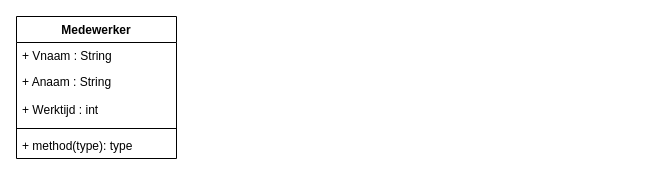
Kikkerslijm410/SchoolOpdracht keeps this draw.io diagram as Untitled Diagram.drawio. Above is the earlier version. Source tidied: cells renumbered, new cells numbered last; positions are measured from the earlier drawing's top-left corner, leaving out a move shared by most shapes. Both pictures are drawn from the tidied source at 100%, with x=0, y=0 at pixel (16, 16).
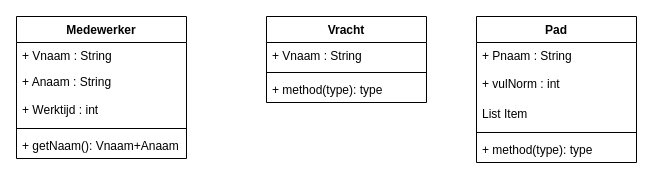
The same page after the edit.

Change to the diagram source:
```diff
@@
 <mxGraphModel>
   <root>
     <mxCell id="0" />
     <mxCell id="1" parent="0" />
     <mxCell id="2" value="Medewerker" style="swimlane;fontStyle=1;align=center;verticalAlign=top;horizontal=1;startSize=26;" parent="1" vertex="1">
-      <mxGeometry width="160" height="142" as="geometry" />
+      <mxGeometry width="170" height="142" as="geometry" />
     </mxCell>
-    <mxCell id="3" value="+ Vnaam : String" style="text;strokeColor=none;fillColor=none;align=left;verticalAlign=top;spacingLeft=4;spacingRight=4;overflow=hidden;" parent="2" vertex="1">
-      <mxGeometry y="26" width="160" height="26" as="geometry" />
-    </mxCell>
+    <mxCell id="8" value="+ Vnaam : String" style="text;strokeColor=none;fillColor=none;align=left;verticalAlign=top;spacingLeft=4;spacingRight=4;overflow=hidden;" parent="2" vertex="1">
+      <mxGeometry y="26" width="170" height="26" as="geometry" />
+    </mxCell>
     <mxCell id="4" value="+ Anaam : String" style="text;strokeColor=none;fillColor=none;align=left;verticalAlign=top;spacingLeft=4;spacingRight=4;overflow=hidden;" parent="2" vertex="1">
-      <mxGeometry y="52" width="160" height="26" as="geometry" />
+      <mxGeometry y="52" width="170" height="26" as="geometry" />
     </mxCell>
     <mxCell id="5" value="+ Werktijd : int" style="text;strokeColor=none;fillColor=none;align=left;verticalAlign=middle;spacingLeft=4;spacingRight=4;overflow=hidden;" parent="2" vertex="1">
-      <mxGeometry y="78" width="160" height="30" as="geometry" />
+      <mxGeometry y="78" width="170" height="30" as="geometry" />
     </mxCell>
-    <mxCell id="6" style="line;strokeWidth=1;fillColor=none;align=left;verticalAlign=middle;spacingTop=-1;spacingLeft=3;spacingRight=3;labelPosition=right;" parent="2" vertex="1">
-      <mxGeometry y="108" width="160" height="8" as="geometry" />
-    </mxCell>
-    <mxCell id="7" value="+ method(type): type" style="text;strokeColor=none;fillColor=none;align=left;verticalAlign=top;spacingLeft=4;spacingRight=4;overflow=hidden;" parent="2" vertex="1">
-      <mxGeometry y="116" width="160" height="26" as="geometry" />
-    </mxCell>
+    <mxCell id="9" style="line;strokeWidth=1;fillColor=none;align=left;verticalAlign=middle;spacingTop=-1;spacingLeft=3;spacingRight=3;labelPosition=right;" parent="2" vertex="1">
+      <mxGeometry y="108" width="170" height="8" as="geometry" />
+    </mxCell>
+    <mxCell id="10" value="+ getNaam(): Vnaam+Anaam" style="text;strokeColor=none;fillColor=none;align=left;verticalAlign=top;spacingLeft=4;spacingRight=4;overflow=hidden;" parent="2" vertex="1">
+      <mxGeometry y="116" width="170" height="26" as="geometry" />
+    </mxCell>
+    <mxCell id="11" value="Vracht" style="swimlane;fontStyle=1;align=center;verticalAlign=top;horizontal=1;startSize=26;" parent="1" vertex="1">
+      <mxGeometry x="250" width="160" height="86" as="geometry" />
+    </mxCell>
+    <mxCell id="3" value="+ Vnaam : String" style="text;strokeColor=none;fillColor=none;align=left;verticalAlign=top;spacingLeft=4;spacingRight=4;overflow=hidden;" parent="11" vertex="1">
+      <mxGeometry y="26" width="160" height="26" as="geometry" />
+    </mxCell>
+    <mxCell id="12" style="line;strokeWidth=1;fillColor=none;align=left;verticalAlign=middle;spacingTop=-1;spacingLeft=3;spacingRight=3;labelPosition=right;" parent="11" vertex="1">
+      <mxGeometry y="52" width="160" height="8" as="geometry" />
+    </mxCell>
+    <mxCell id="13" value="+ method(type): type" style="text;strokeColor=none;fillColor=none;align=left;verticalAlign=top;spacingLeft=4;spacingRight=4;overflow=hidden;" parent="11" vertex="1">
+      <mxGeometry y="60" width="160" height="26" as="geometry" />
+    </mxCell>
+    <mxCell id="14" value="Pad" style="swimlane;fontStyle=1;align=center;verticalAlign=top;horizontal=1;startSize=26;" parent="1" vertex="1">
+      <mxGeometry x="460" width="160" height="146" as="geometry" />
+    </mxCell>
+    <mxCell id="15" value="+ Pnaam : String" style="text;strokeColor=none;fillColor=none;align=left;verticalAlign=top;spacingLeft=4;spacingRight=4;overflow=hidden;" parent="14" vertex="1">
+      <mxGeometry y="26" width="160" height="26" as="geometry" />
+    </mxCell>
+    <mxCell id="16" value="+ vulNorm : int" style="text;strokeColor=none;fillColor=none;align=left;verticalAlign=middle;spacingLeft=4;spacingRight=4;overflow=hidden;" parent="14" vertex="1">
+      <mxGeometry y="52" width="160" height="30" as="geometry" />
+    </mxCell>
+    <mxCell id="17" value="List Item" style="text;strokeColor=none;fillColor=none;align=left;verticalAlign=middle;spacingLeft=4;spacingRight=4;overflow=hidden;" parent="14" vertex="1">
+      <mxGeometry y="82" width="160" height="30" as="geometry" />
+    </mxCell>
+    <mxCell id="18" style="line;strokeWidth=1;fillColor=none;align=left;verticalAlign=middle;spacingTop=-1;spacingLeft=3;spacingRight=3;labelPosition=right;" parent="14" vertex="1">
+      <mxGeometry y="112" width="160" height="8" as="geometry" />
+    </mxCell>
+    <mxCell id="19" value="+ method(type): type" style="text;strokeColor=none;fillColor=none;align=left;verticalAlign=top;spacingLeft=4;spacingRight=4;overflow=hidden;" parent="14" vertex="1">
+      <mxGeometry y="120" width="160" height="26" as="geometry" />
+    </mxCell>
   </root>
 </mxGraphModel>
```
